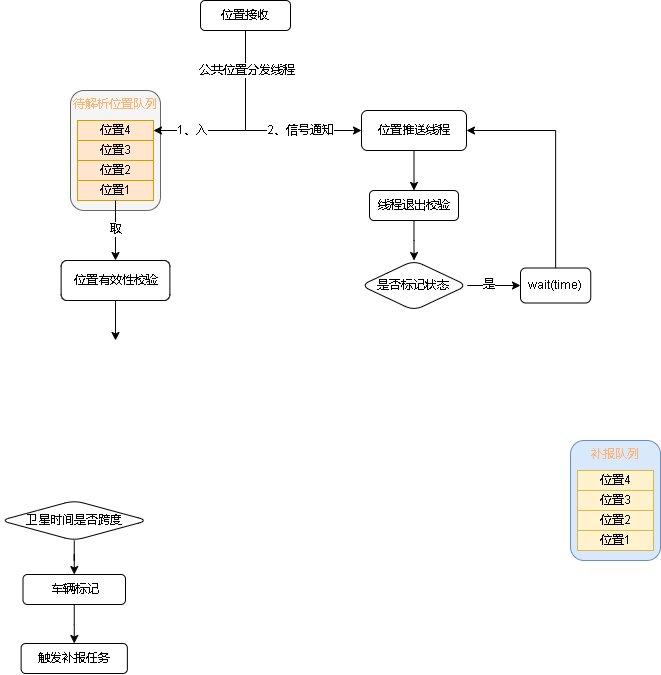
Before: 809数据跨度.drawio.png, a diagram exported from draw.io (xktder/draw). Source tidied: cells renumbered, new cells last; positions are measured from the earlier drawing's top-left corner, leaving out a move shared by most shapes.
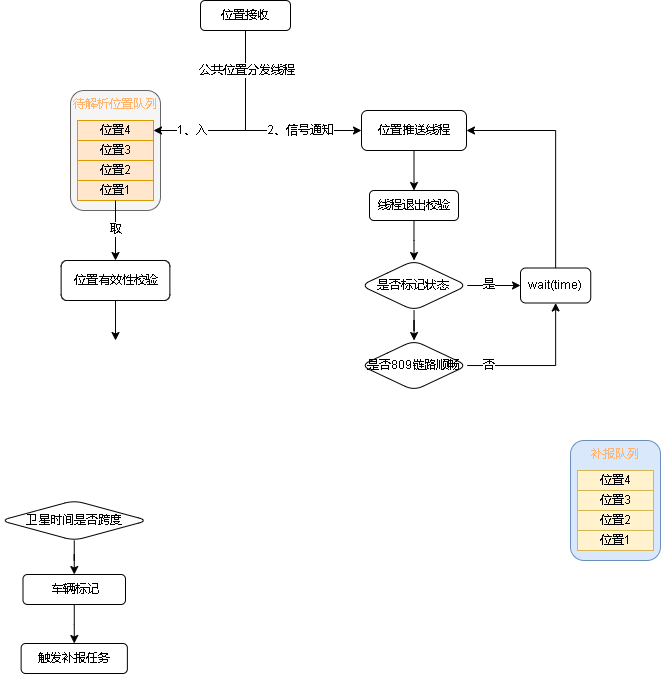
After the change.

Commit message:
更新809数据跨度.drawio.png

Diff of the diagram source:
```diff
@@ -110,6 +110,9 @@
     <mxCell id="32" value="是" style="edgeLabel;html=1;align=center;verticalAlign=middle;fontColor=#000000;" parent="31" vertex="1">
       <mxGeometry x="-0.19" y="1" relative="1" as="geometry" />
     </mxCell>
+    <mxCell id="38" style="edgeStyle=orthogonalEdgeStyle;rounded=0;jettySize=auto;html=1;fontColor=#000000;" parent="1" edge="1" source="33" target="41">
+      <mxGeometry relative="1" as="geometry" />
+    </mxCell>
     <mxCell id="33" value="是否标记状态" style="rhombus;whiteSpace=wrap;html=1;fontColor=#000000;rounded=1;" parent="1" vertex="1">
       <mxGeometry x="360.2" y="260" width="106.5" height="50" as="geometry" />
     </mxCell>
@@ -129,5 +132,16 @@
     <mxCell id="37" value="线程退出校验" style="rounded=1;whiteSpace=wrap;html=1;fontFamily=Helvetica;fontSize=12;fontColor=#000000;align=center;strokeColor=default;fillColor=default;" parent="1" vertex="1">
       <mxGeometry x="369" y="190" width="89" height="30" as="geometry" />
     </mxCell>
+    <mxCell id="39" style="edgeStyle=orthogonalEdgeStyle;rounded=0;jettySize=auto;html=1;fontColor=#000000;" parent="1" edge="1" source="41" target="35">
+      <mxGeometry relative="1" as="geometry" />
+    </mxCell>
+    <mxCell id="40" value="否" style="edgeLabel;html=1;align=center;verticalAlign=middle;fontColor=#000000;" parent="39" vertex="1">
+      <mxGeometry x="-0.77" y="-3" relative="1" as="geometry">
+        <mxPoint x="4" y="-3" as="offset" />
+      </mxGeometry>
+    </mxCell>
+    <mxCell id="41" value="是否809链路顺畅" style="rhombus;whiteSpace=wrap;html=1;fontColor=#000000;rounded=1;" parent="1" vertex="1">
+      <mxGeometry x="360.2" y="340" width="106.5" height="50" as="geometry" />
+    </mxCell>
   </root>
 </mxGraphModel>
```
